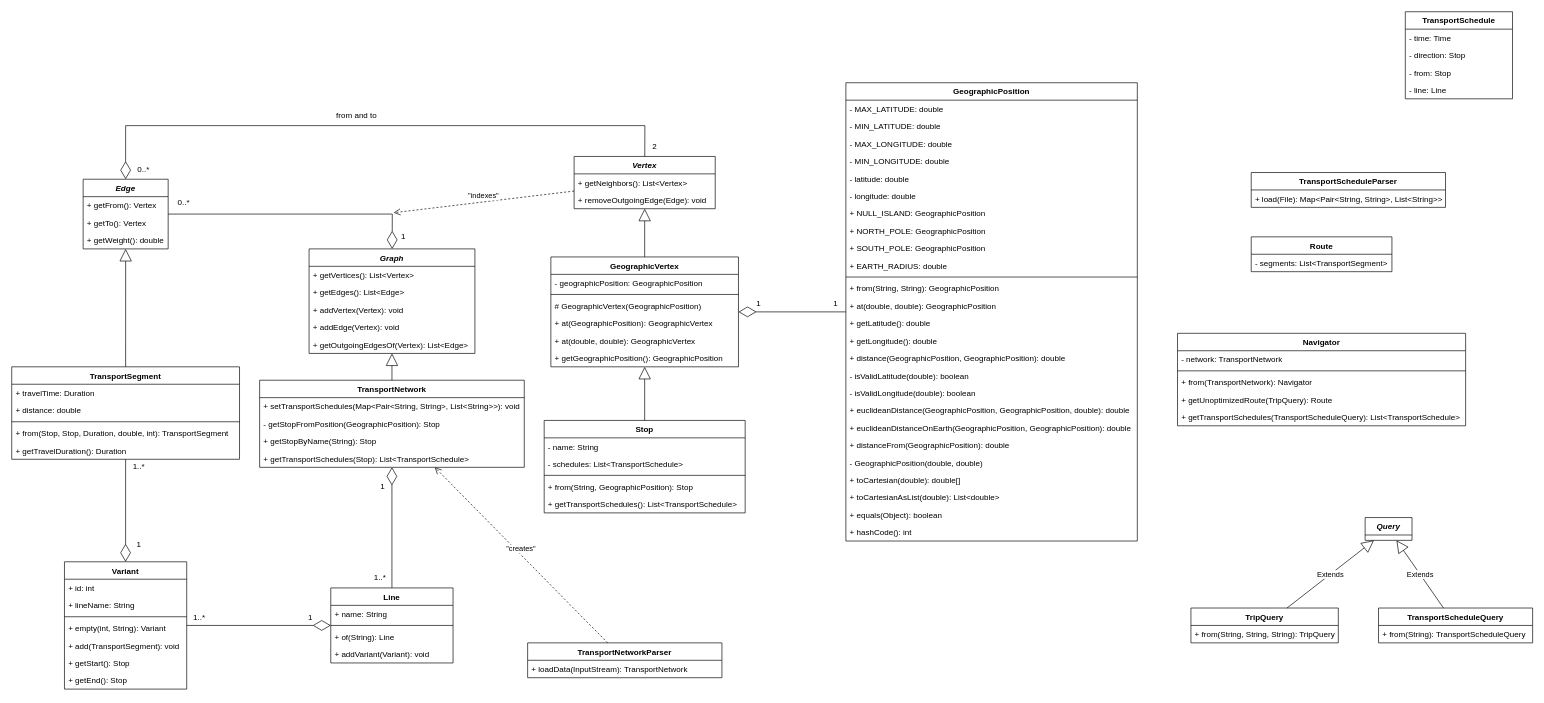
This is diagrams/model.drawio from SkyNalix/MoriaMap, a draw.io file, before an edit. Source tidied: cells renumbered, new cells numbered last; positions are measured from the earlier drawing's top-left corner, leaving out a move shared by most shapes. Both pictures are drawn from the tidied source at 67%, with x=0, y=0 at pixel (11, 11).
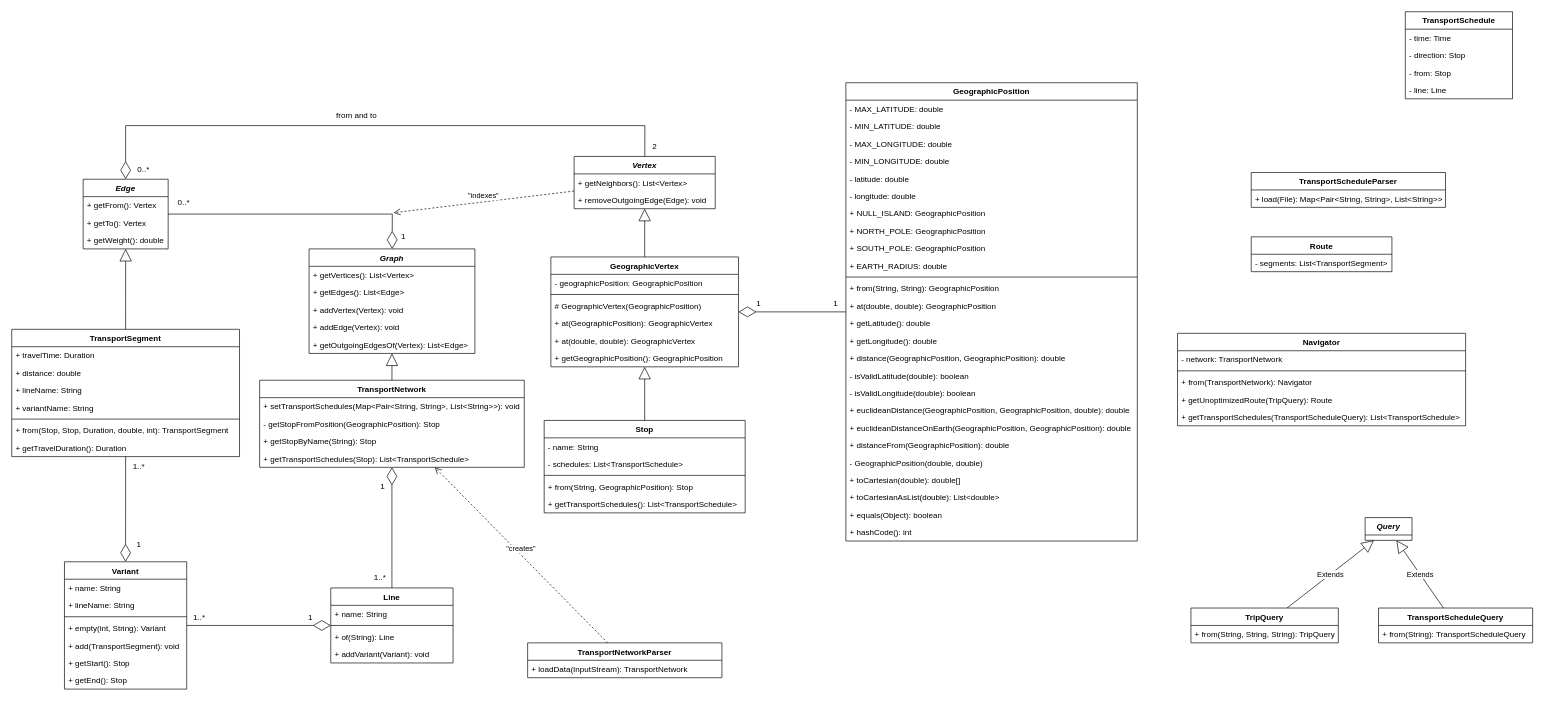
The same page after the edit.

Commit message (it also covers changes not shown here):
Update TransportNetwork algorithm and UML diagram

The change refers to these unchanged cells:
```xml
<mxCell id="100" value="Variant" style="swimlane;fontStyle=1;align=center;verticalAlign=top;horizontal=1;startSize=26;" parent="1" vertex="1">
  <mxGeometry x="78.7" y="821" width="182.5" height="190" as="geometry" />
</mxCell>
```

The edit, as a diff of the source:
```diff
@@
     <mxCell id="70" value="TransportSegment" style="swimlane;fontStyle=1;align=center;verticalAlign=top;horizontal=1;startSize=26;" parent="1" vertex="1">
-      <mxGeometry y="530" width="340" height="138" as="geometry" />
+      <mxGeometry y="474" width="340" height="190" as="geometry" />
     </mxCell>
@@
+    <mxCell id="128" value="+ lineName: String" style="text;strokeColor=none;fillColor=none;align=left;verticalAlign=top;spacingLeft=4;spacingRight=4;overflow=hidden;" parent="70" vertex="1">
+      <mxGeometry y="78" width="340" height="26" as="geometry" />
+    </mxCell>
+    <mxCell id="129" value="+ variantName: String" style="text;strokeColor=none;fillColor=none;align=left;verticalAlign=top;spacingLeft=4;spacingRight=4;overflow=hidden;" parent="70" vertex="1">
+      <mxGeometry y="104" width="340" height="26" as="geometry" />
+    </mxCell>
     <mxCell id="73" style="line;strokeWidth=1;fillColor=none;align=left;verticalAlign=middle;spacingTop=-1;spacingLeft=3;spacingRight=3;labelPosition=right;strokeColor=inherit;" parent="70" vertex="1">
-      <mxGeometry y="78" width="340" height="8" as="geometry" />
+      <mxGeometry y="130" width="340" height="8" as="geometry" />
     </mxCell>
     <mxCell id="74" value="+ from(Stop, Stop, Duration, double, int): TransportSegment" style="text;strokeColor=none;fillColor=none;align=left;verticalAlign=top;spacingLeft=4;spacingRight=4;overflow=hidden;" parent="70" vertex="1">
-      <mxGeometry y="86" width="340" height="26" as="geometry" />
+      <mxGeometry y="138" width="340" height="26" as="geometry" />
     </mxCell>
     <mxCell id="75" value="+ getTravelDuration(): Duration" style="text;strokeColor=none;fillColor=none;align=left;verticalAlign=top;spacingLeft=4;spacingRight=4;overflow=hidden;" parent="70" vertex="1">
-      <mxGeometry y="112" width="340" height="26" as="geometry" />
+      <mxGeometry y="164" width="340" height="26" as="geometry" />
     </mxCell>
@@
-    <mxCell id="101" value="+ id: int" style="text;strokeColor=none;fillColor=none;align=left;verticalAlign=top;spacingLeft=4;spacingRight=4;overflow=hidden;" parent="100" vertex="1">
+    <mxCell id="101" value="+ name: String" style="text;strokeColor=none;fillColor=none;align=left;verticalAlign=top;spacingLeft=4;spacingRight=4;overflow=hidden;" parent="100" vertex="1">
       <mxGeometry y="26" width="182.5" height="26" as="geometry" />
     </mxCell>
```
